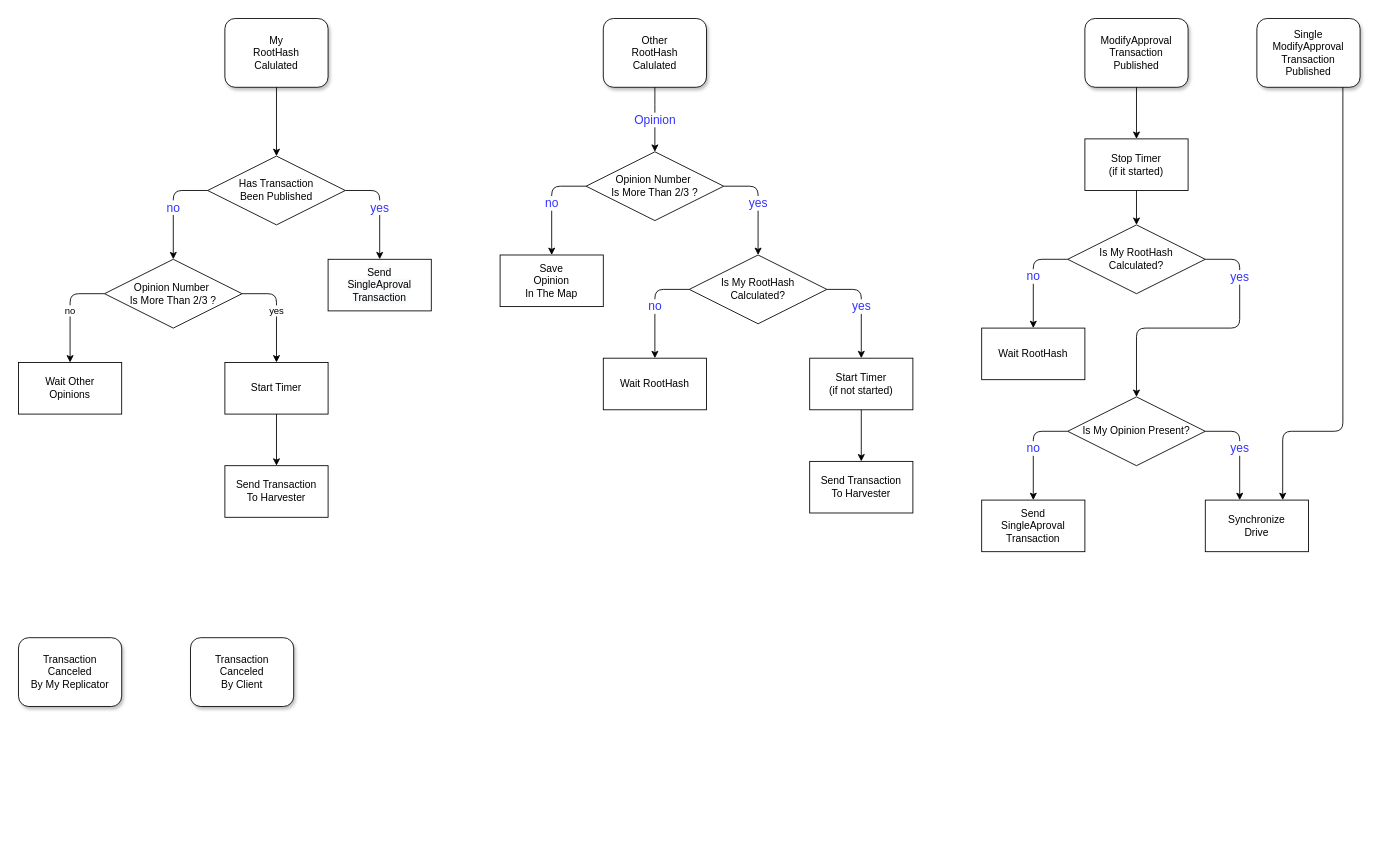
proximax-storage/cpp-xpx-storage-sdk keeps this draw.io diagram as docs/ModifyApproving.drawio. Above is the earlier version. Source tidied: cells renumbered, new cells numbered last; positions are measured from the earlier drawing's top-left corner, leaving out a move shared by most shapes. Both pictures are drawn from the tidied source at 86%, with x=0, y=0 at pixel (18, 18).
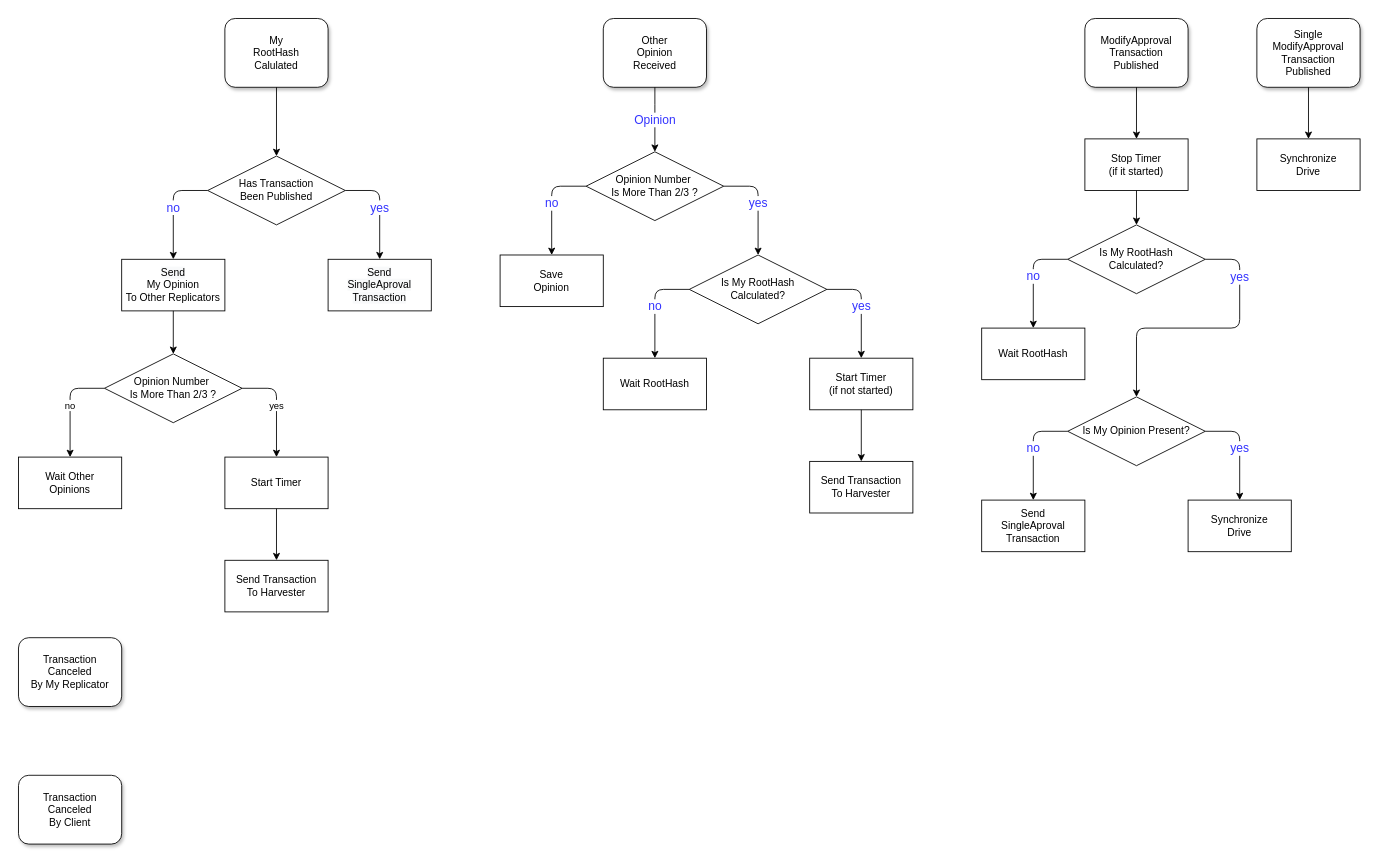
After the change.

Unchanged cells that the change refers to:
```xml
<mxCell id="37" value="Single&lt;br&gt;ModifyApproval&lt;br&gt;Transaction&lt;br&gt;Published" style="rounded=1;whiteSpace=wrap;html=1;shadow=1;sketch=0;" parent="1" vertex="1">
  <mxGeometry x="1440" width="120" height="80" as="geometry" />
</mxCell>
```

Change to the diagram source:
```diff
@@
-    <mxCell id="4" value="Other&lt;br&gt;RootHash&lt;br&gt;Calulated" style="rounded=1;whiteSpace=wrap;html=1;shadow=1;" parent="1" vertex="1">
+    <mxCell id="4" value="Other&lt;br&gt;Opinion&lt;br&gt;Received" style="rounded=1;whiteSpace=wrap;html=1;shadow=1;" parent="1" vertex="1">
       <mxGeometry x="680" width="120" height="80" as="geometry" />
     </mxCell>
@@
-    <mxCell id="9" value="Save&lt;br&gt;Opinion&lt;br&gt;In The Map" style="rounded=0;whiteSpace=wrap;html=1;shadow=0;glass=0;sketch=0;" parent="1" vertex="1">
+    <mxCell id="9" value="Save&lt;br&gt;Opinion" style="rounded=0;whiteSpace=wrap;html=1;shadow=0;glass=0;sketch=0;" parent="1" vertex="1">
       <mxGeometry x="560" y="275" width="120" height="60" as="geometry" />
     </mxCell>
@@
     <mxCell id="17" value="Opinion Number&amp;nbsp;&lt;br&gt;Is More Than 2/3 ?" style="rhombus;whiteSpace=wrap;html=1;" parent="1" vertex="1">
-      <mxGeometry x="100" y="280" width="160" height="80" as="geometry" />
+      <mxGeometry x="100" y="390" width="160" height="80" as="geometry" />
     </mxCell>
     <mxCell id="18" value="no" style="endArrow=classic;html=1;exitX=0;exitY=0.5;exitDx=0;exitDy=0;" parent="1" edge="1">
       <mxGeometry relative="1" as="geometry">
-        <mxPoint x="100" y="320" as="sourcePoint" />
-        <mxPoint x="60" y="400" as="targetPoint" />
+        <mxPoint x="100" y="430" as="sourcePoint" />
+        <mxPoint x="60" y="510" as="targetPoint" />
         <Array as="points">
-          <mxPoint x="60" y="320" />
+          <mxPoint x="60" y="430" />
         </Array>
       </mxGeometry>
     </mxCell>
     <mxCell id="19" value="yes" style="endArrow=classic;html=1;exitX=1;exitY=0.5;exitDx=0;exitDy=0;" parent="1" edge="1">
       <mxGeometry relative="1" as="geometry">
-        <mxPoint x="260" y="320" as="sourcePoint" />
-        <mxPoint x="300" y="400" as="targetPoint" />
+        <mxPoint x="260" y="430" as="sourcePoint" />
+        <mxPoint x="300" y="510" as="targetPoint" />
         <Array as="points">
-          <mxPoint x="300" y="320" />
+          <mxPoint x="300" y="430" />
         </Array>
       </mxGeometry>
     </mxCell>
     <mxCell id="20" value="Wait Other&lt;br&gt;Opinions" style="rounded=0;whiteSpace=wrap;html=1;shadow=0;glass=0;sketch=0;" parent="1" vertex="1">
-      <mxGeometry y="400" width="120" height="60" as="geometry" />
+      <mxGeometry y="510" width="120" height="60" as="geometry" />
     </mxCell>
     <mxCell id="21" value="Start Timer" style="rounded=0;whiteSpace=wrap;html=1;shadow=0;glass=0;sketch=0;" parent="1" vertex="1">
-      <mxGeometry x="240" y="400" width="120" height="60" as="geometry" />
+      <mxGeometry x="240" y="510" width="120" height="60" as="geometry" />
     </mxCell>
     <mxCell id="22" value="&lt;span&gt;Send Transaction&lt;/span&gt;&lt;br&gt;&lt;span&gt;To Harvester&lt;/span&gt;" style="rounded=0;whiteSpace=wrap;html=1;shadow=0;glass=0;sketch=0;" parent="1" vertex="1">
-      <mxGeometry x="240" y="520" width="120" height="60" as="geometry" />
+      <mxGeometry x="240" y="630" width="120" height="60" as="geometry" />
     </mxCell>
     <mxCell id="23" style="endArrow=classic;html=1;" parent="1" edge="1">
       <mxGeometry relative="1" as="geometry">
-        <mxPoint x="300" y="460" as="sourcePoint" />
-        <mxPoint x="300" y="520" as="targetPoint" />
+        <mxPoint x="300" y="570" as="sourcePoint" />
+        <mxPoint x="300" y="630" as="targetPoint" />
       </mxGeometry>
     </mxCell>
@@
     <mxCell id="41" value="Synchronize&lt;br&gt;Drive" style="rounded=0;whiteSpace=wrap;html=1;shadow=0;glass=0;sketch=0;" parent="1" vertex="1">
-      <mxGeometry x="1380" y="560" width="120" height="60" as="geometry" />
+      <mxGeometry x="1360" y="560" width="120" height="60" as="geometry" />
     </mxCell>
-    <mxCell id="42" style="endArrow=classic;html=1;exitX=0.5;exitY=1;exitDx=0;exitDy=0;entryX=0.75;entryY=0;entryDx=0;entryDy=0;" parent="1" edge="1" target="41">
-      <mxGeometry relative="1" as="geometry">
-        <mxPoint x="1540" y="80" as="sourcePoint" />
-        <Array as="points">
-          <mxPoint x="1540" y="480" />
-          <mxPoint x="1470" y="480" />
-        </Array>
-      </mxGeometry>
-    </mxCell>
@@
     <mxCell id="44" value="Transaction&lt;br&gt;Canceled&lt;br&gt;By Client" style="rounded=1;whiteSpace=wrap;html=1;glass=0;shadow=1;" parent="1" vertex="1">
-      <mxGeometry x="200" y="720" width="120" height="80" as="geometry" />
+      <mxGeometry y="880" width="120" height="80" as="geometry" />
     </mxCell>
+    <mxCell id="45" value="Synchronize&lt;br&gt;Drive" style="rounded=0;whiteSpace=wrap;html=1;shadow=0;glass=0;sketch=0;" parent="1" vertex="1">
+      <mxGeometry x="1440" y="140" width="120" height="60" as="geometry" />
+    </mxCell>
+    <mxCell id="46" style="endArrow=classic;html=1;exitX=0.5;exitY=1;exitDx=0;exitDy=0;entryX=0.5;entryY=0;entryDx=0;entryDy=0;" parent="1" edge="1" source="37" target="45">
+      <mxGeometry relative="1" as="geometry" />
+    </mxCell>
+    <mxCell id="47" value="&lt;span style=&quot;color: rgb(0 , 0 , 0) ; font-family: &amp;#34;helvetica&amp;#34; ; font-size: 12px ; font-style: normal ; font-weight: 400 ; letter-spacing: normal ; text-align: center ; text-indent: 0px ; text-transform: none ; word-spacing: 0px ; background-color: rgb(248 , 249 , 250) ; display: inline ; float: none&quot;&gt;Send&lt;/span&gt;&lt;br style=&quot;color: rgb(0 , 0 , 0) ; font-family: &amp;#34;helvetica&amp;#34; ; font-size: 12px ; font-style: normal ; font-weight: 400 ; letter-spacing: normal ; text-align: center ; text-indent: 0px ; text-transform: none ; word-spacing: 0px ; background-color: rgb(248 , 249 , 250)&quot;&gt;&lt;font face=&quot;helvetica&quot;&gt;My Opinion&lt;/font&gt;&lt;br style=&quot;color: rgb(0 , 0 , 0) ; font-family: &amp;#34;helvetica&amp;#34; ; font-size: 12px ; font-style: normal ; font-weight: 400 ; letter-spacing: normal ; text-align: center ; text-indent: 0px ; text-transform: none ; word-spacing: 0px ; background-color: rgb(248 , 249 , 250)&quot;&gt;&lt;font face=&quot;helvetica&quot;&gt;To Other Replicators&lt;/font&gt;" style="rounded=0;whiteSpace=wrap;html=1;shadow=0;glass=0;sketch=0;" parent="1" vertex="1">
+      <mxGeometry x="120" y="280" width="120" height="60" as="geometry" />
+    </mxCell>
+    <mxCell id="48" style="endArrow=classic;html=1;exitX=0.5;exitY=1;exitDx=0;exitDy=0;entryX=0.5;entryY=0;entryDx=0;entryDy=0;" parent="1" edge="1" source="47" target="17">
+      <mxGeometry relative="1" as="geometry" />
+    </mxCell>
```
